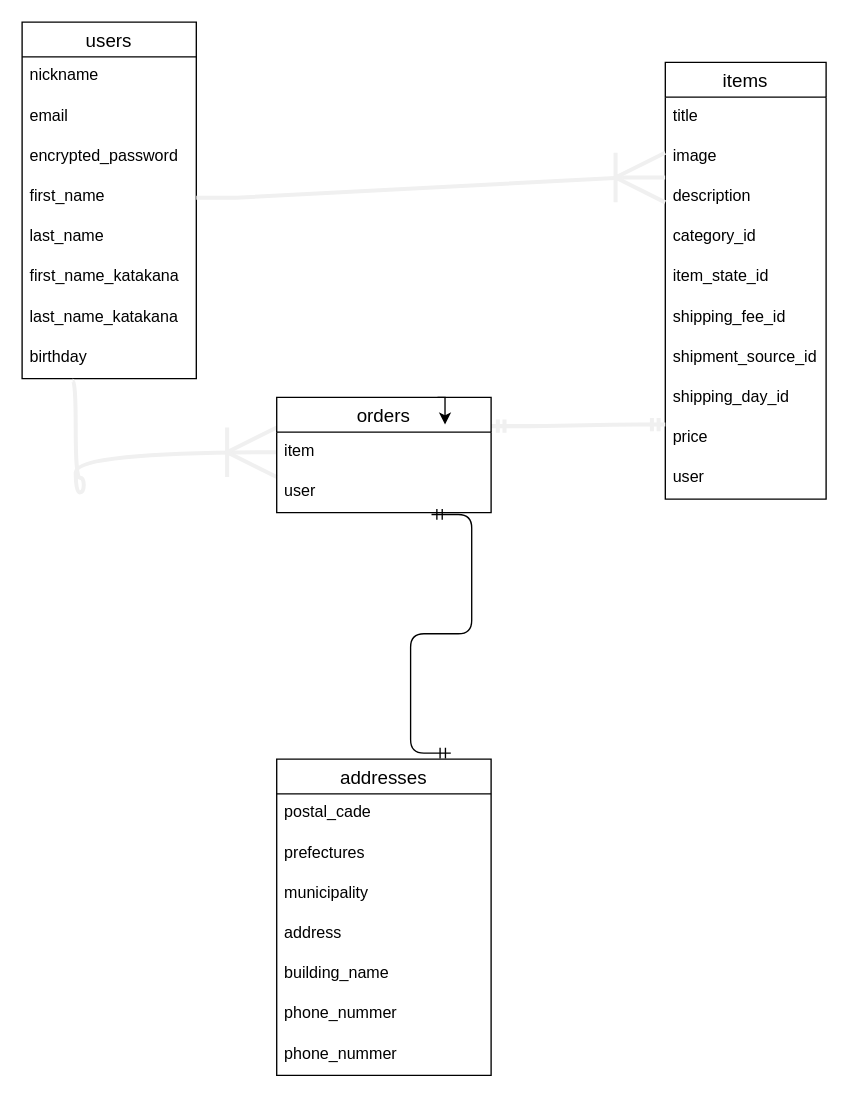
Above: test.dio in soma1999/furima-34385 (draw.io), before the change. Source tidied: cells renumbered, new cells numbered last; positions are measured from the earlier drawing's top-left corner, leaving out a move shared by most shapes. Both pictures are drawn from the tidied source at 134%, with x=0, y=0 at pixel (21, 21).
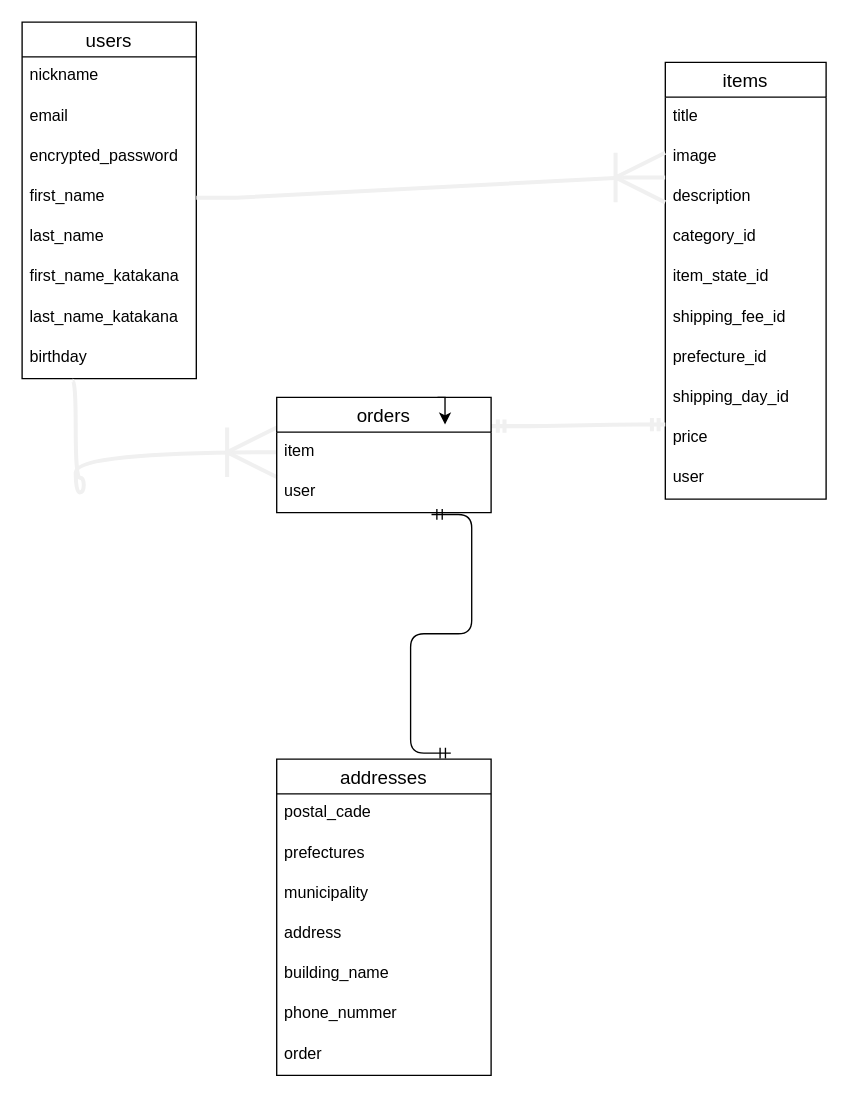
After the change.

Commit message (it also covers changes not shown here):
データベース設計の変更３

The change refers to these unchanged cells:
```xml
<mxCell id="2" value="items" style="swimlane;fontStyle=0;horizontal=1;startSize=26;align=center;fontSize=14;" parent="1" vertex="1">
  <mxGeometry x="480" y="30" width="120" height="326" as="geometry" />
</mxCell>
<mxCell id="26" value="addresses" style="swimlane;fontStyle=0;horizontal=1;startSize=26;align=center;fontSize=14;" parent="1" vertex="1">
  <mxGeometry x="190" y="550" width="160" height="236" as="geometry" />
</mxCell>
```

What changed in the source:
```diff
@@
-    <mxCell id="9" value="shipment_source_id" style="text;strokeColor=none;fillColor=none;spacingLeft=4;spacingRight=4;overflow=hidden;fontSize=12;" parent="2" vertex="1">
+    <mxCell id="9" value="prefecture_id" style="text;strokeColor=none;fillColor=none;spacingLeft=4;spacingRight=4;overflow=hidden;fontSize=12;" parent="2" vertex="1">
       <mxGeometry y="206" width="120" height="30" as="geometry" />
     </mxCell>
@@
-    <mxCell id="33" value="phone_nummer" style="text;strokeColor=none;fillColor=none;spacingLeft=4;spacingRight=4;overflow=hidden;fontSize=12;" parent="26" vertex="1">
+    <mxCell id="33" value="order" style="text;strokeColor=none;fillColor=none;spacingLeft=4;spacingRight=4;overflow=hidden;fontSize=12;" parent="26" vertex="1">
       <mxGeometry y="206" width="160" height="30" as="geometry" />
     </mxCell>
```
